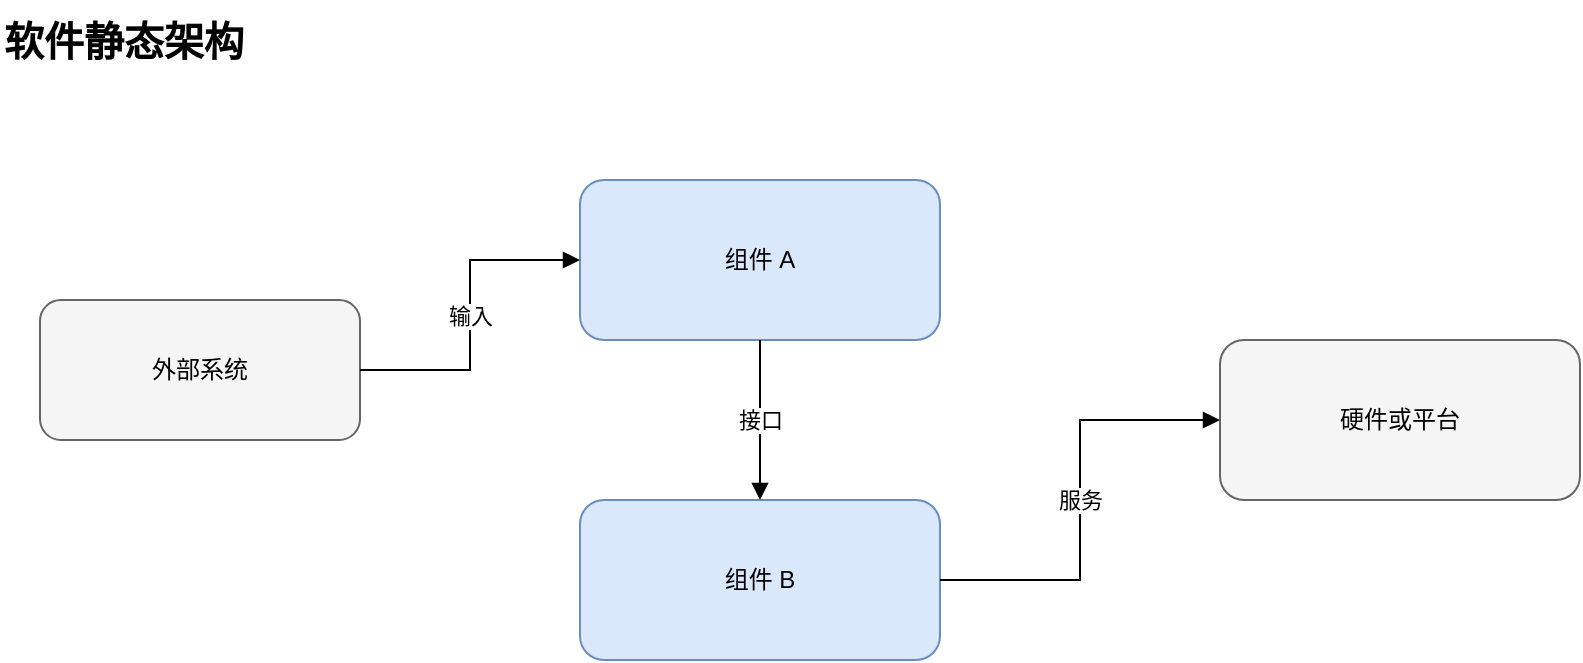
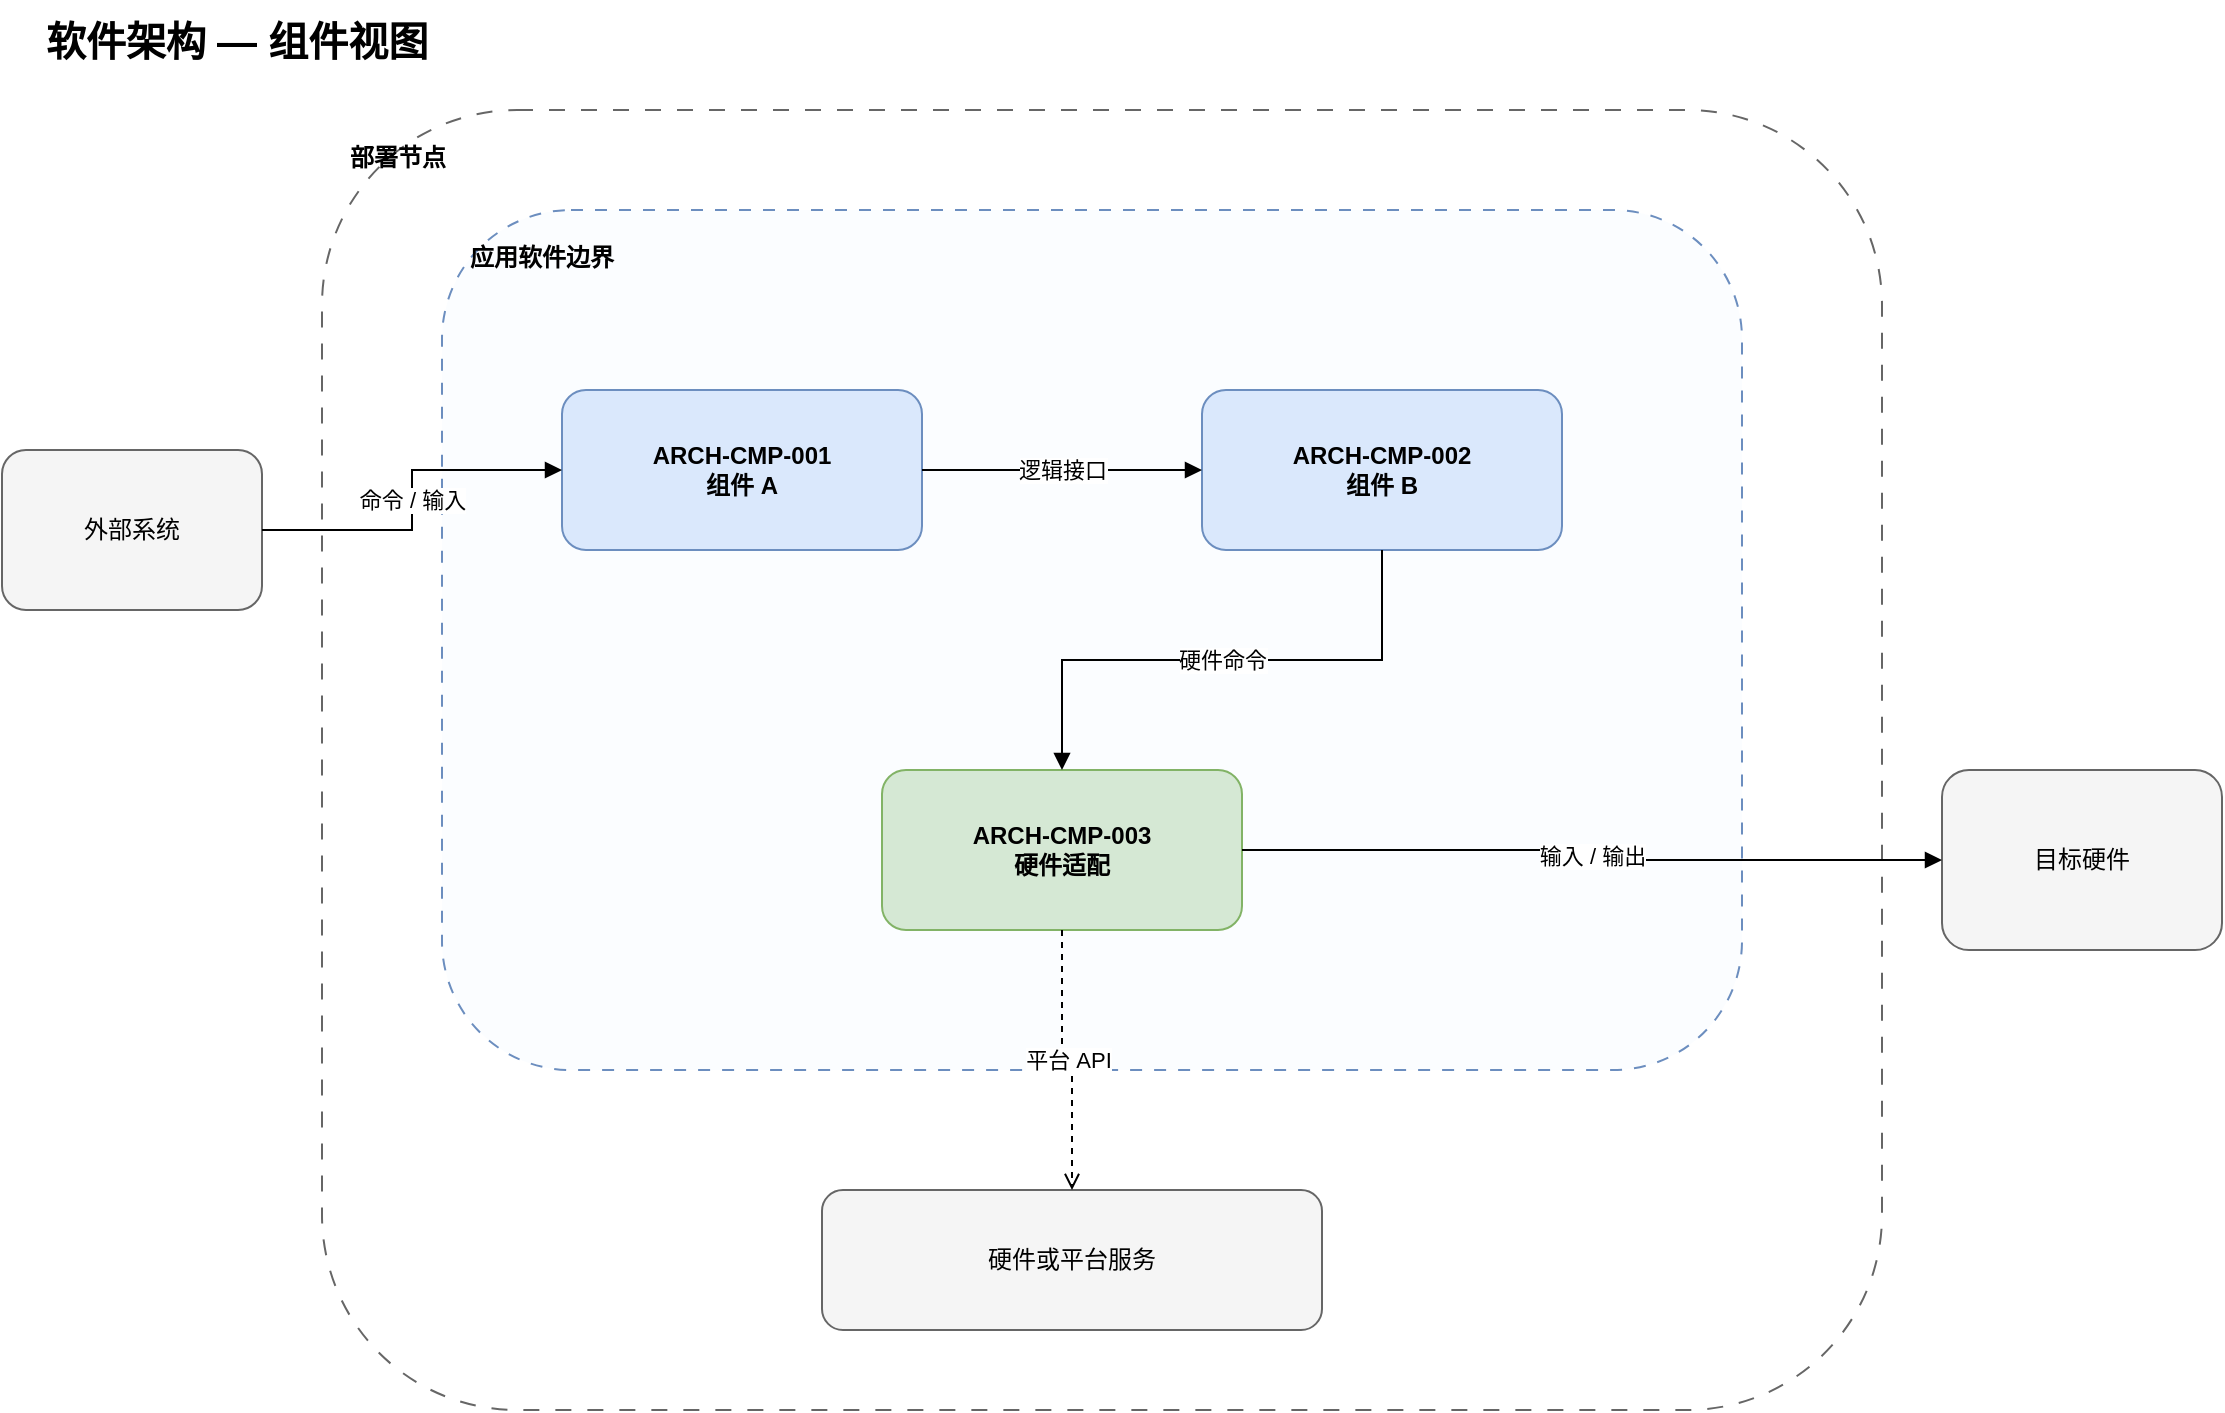
<?xml version="1.0" encoding="UTF-8"?>
<mxfile host="app.diagrams.net" version="24.7.17" type="device">
  <diagram id="static-architecture" name="静态架构">
    <mxGraphModel dx="1200" dy="800" grid="1" gridSize="10" guides="1" tooltips="1" connect="1" arrows="1" fold="1" page="1" pageScale="1" pageWidth="1169" pageHeight="827" math="0" shadow="0">
      <root>
        <mxCell id="0"/>
        <mxCell id="1" parent="0"/>
-         <mxCell id="static-title" value="软件静态架构" style="text;html=1;align=left;verticalAlign=middle;fontSize=20;fontStyle=1;" vertex="1" parent="1">
-           <mxGeometry x="40" y="30" width="260" height="40" as="geometry"/>
-         </mxCell>
-         <mxCell id="external-system" value="外部系统" style="rounded=1;whiteSpace=wrap;html=1;fillColor=#f5f5f5;strokeColor=#666666;" vertex="1" parent="1">
-           <mxGeometry x="60" y="180" width="160" height="70" as="geometry"/>
-         </mxCell>
-         <mxCell id="component-a" value="组件 A" style="rounded=1;whiteSpace=wrap;html=1;fillColor=#dae8fc;strokeColor=#6c8ebf;" vertex="1" parent="1">
-           <mxGeometry x="330" y="120" width="180" height="80" as="geometry"/>
-         </mxCell>
-         <mxCell id="component-b" value="组件 B" style="rounded=1;whiteSpace=wrap;html=1;fillColor=#dae8fc;strokeColor=#6c8ebf;" vertex="1" parent="1">
-           <mxGeometry x="330" y="280" width="180" height="80" as="geometry"/>
-         </mxCell>
-         <mxCell id="platform" value="硬件或平台" style="rounded=1;whiteSpace=wrap;html=1;fillColor=#f5f5f5;strokeColor=#666666;" vertex="1" parent="1">
-           <mxGeometry x="650" y="200" width="180" height="80" as="geometry"/>
-         </mxCell>
-         <mxCell id="static-edge-1" value="输入" style="edgeStyle=orthogonalEdgeStyle;rounded=0;orthogonalLoop=1;jettySize=auto;html=1;endArrow=block;endFill=1;" edge="1" parent="1" source="external-system" target="component-a">
-           <mxGeometry relative="1" as="geometry"/>
-         </mxCell>
-         <mxCell id="static-edge-2" value="接口" style="edgeStyle=orthogonalEdgeStyle;rounded=0;orthogonalLoop=1;jettySize=auto;html=1;endArrow=block;endFill=1;" edge="1" parent="1" source="component-a" target="component-b">
-           <mxGeometry relative="1" as="geometry"/>
-         </mxCell>
-         <mxCell id="static-edge-3" value="服务" style="edgeStyle=orthogonalEdgeStyle;rounded=0;orthogonalLoop=1;jettySize=auto;html=1;endArrow=block;endFill=1;" edge="1" parent="1" source="component-b" target="platform">
-           <mxGeometry relative="1" as="geometry"/>
-         </mxCell>
+         <mxCell id="static-title" value="软件架构 — 组件视图" style="text;html=1;align=left;verticalAlign=middle;fontSize=20;fontStyle=1;" vertex="1" parent="1"><mxGeometry x="40" y="25" width="360" height="40" as="geometry"/></mxCell>
+         <mxCell id="deployment-boundary" value="部署节点" style="rounded=1;whiteSpace=wrap;html=1;dashed=1;dashPattern=8 8;strokeColor=#666666;fillColor=#ffffff;fillOpacity=20;verticalAlign=top;align=left;spacingTop=10;spacingLeft=12;fontStyle=1;container=1;pointerEvents=0;" vertex="1" parent="1"><mxGeometry x="180" y="80" width="780" height="650" as="geometry"/></mxCell>
+         <mxCell id="software-boundary" value="应用软件边界" style="rounded=1;whiteSpace=wrap;html=1;dashed=1;dashPattern=6 6;strokeColor=#6c8ebf;fillColor=#dae8fc;fillOpacity=12;verticalAlign=top;align=left;spacingTop=10;spacingLeft=12;fontStyle=1;container=1;pointerEvents=0;" vertex="1" parent="1"><mxGeometry x="240" y="130" width="650" height="430" as="geometry"/></mxCell>
+         <mxCell id="external-system" value="外部系统" style="rounded=1;whiteSpace=wrap;html=1;fillColor=#f5f5f5;strokeColor=#666666;" vertex="1" parent="1"><mxGeometry x="20" y="250" width="130" height="80" as="geometry"/></mxCell>
+         <mxCell id="component-a" value="ARCH-CMP-001&#xa;组件 A" style="rounded=1;whiteSpace=wrap;html=1;fillColor=#dae8fc;strokeColor=#6c8ebf;fontStyle=1;" vertex="1" parent="1"><mxGeometry x="300" y="220" width="180" height="80" as="geometry"/></mxCell>
+         <mxCell id="component-b" value="ARCH-CMP-002&#xa;组件 B" style="rounded=1;whiteSpace=wrap;html=1;fillColor=#dae8fc;strokeColor=#6c8ebf;fontStyle=1;" vertex="1" parent="1"><mxGeometry x="620" y="220" width="180" height="80" as="geometry"/></mxCell>
+         <mxCell id="board-adapter" value="ARCH-CMP-003&#xa;硬件适配" style="rounded=1;whiteSpace=wrap;html=1;fillColor=#d5e8d4;strokeColor=#82b366;fontStyle=1;" vertex="1" parent="1"><mxGeometry x="460" y="410" width="180" height="80" as="geometry"/></mxCell>
+         <mxCell id="external-hardware" value="目标硬件" style="rounded=1;whiteSpace=wrap;html=1;fillColor=#f5f5f5;strokeColor=#666666;" vertex="1" parent="1"><mxGeometry x="990" y="410" width="140" height="90" as="geometry"/></mxCell>
+         <mxCell id="platform" value="硬件或平台服务" style="rounded=1;whiteSpace=wrap;html=1;fillColor=#f5f5f5;strokeColor=#666666;" vertex="1" parent="1"><mxGeometry x="430" y="620" width="250" height="70" as="geometry"/></mxCell>
+         <mxCell id="static-edge-1" value="命令 / 输入" style="edgeStyle=orthogonalEdgeStyle;rounded=0;orthogonalLoop=1;jettySize=auto;html=1;endArrow=block;endFill=1;" edge="1" parent="1" source="external-system" target="component-a"><mxGeometry relative="1" as="geometry"/></mxCell>
+         <mxCell id="static-edge-2" value="逻辑接口" style="edgeStyle=orthogonalEdgeStyle;rounded=0;orthogonalLoop=1;jettySize=auto;html=1;endArrow=block;endFill=1;" edge="1" parent="1" source="component-a" target="component-b"><mxGeometry relative="1" as="geometry"/></mxCell>
+         <mxCell id="static-edge-3" value="硬件命令" style="edgeStyle=orthogonalEdgeStyle;rounded=0;orthogonalLoop=1;jettySize=auto;html=1;endArrow=block;endFill=1;" edge="1" parent="1" source="component-b" target="board-adapter"><mxGeometry relative="1" as="geometry"/></mxCell>
+         <mxCell id="static-edge-4" value="输入 / 输出" style="edgeStyle=orthogonalEdgeStyle;rounded=0;orthogonalLoop=1;jettySize=auto;html=1;endArrow=block;endFill=1;" edge="1" parent="1" source="board-adapter" target="external-hardware"><mxGeometry relative="1" as="geometry"/></mxCell>
+         <mxCell id="static-edge-5" value="平台 API" style="edgeStyle=orthogonalEdgeStyle;rounded=0;orthogonalLoop=1;jettySize=auto;html=1;dashed=1;endArrow=open;endFill=0;" edge="1" parent="1" source="board-adapter" target="platform"><mxGeometry relative="1" as="geometry"/></mxCell>
      </root>
    </mxGraphModel>
  </diagram>
  <diagram id="dynamic-architecture" name="动态架构">
    <mxGraphModel dx="1200" dy="800" grid="1" gridSize="10" guides="1" tooltips="1" connect="1" arrows="1" fold="1" page="1" pageScale="1" pageWidth="1169" pageHeight="827" math="0" shadow="0">
      <root>
        <mxCell id="0"/>
        <mxCell id="1" parent="0"/>
-         <mxCell id="dynamic-title" value="软件动态架构" style="text;html=1;align=left;verticalAlign=middle;fontSize=20;fontStyle=1;" vertex="1" parent="1">
-           <mxGeometry x="40" y="30" width="260" height="40" as="geometry"/>
-         </mxCell>
-         <mxCell id="trigger" value="触发事件" style="rounded=1;whiteSpace=wrap;html=1;fillColor=#f5f5f5;strokeColor=#666666;" vertex="1" parent="1">
-           <mxGeometry x="60" y="200" width="150" height="70" as="geometry"/>
-         </mxCell>
-         <mxCell id="dynamic-component-a" value="组件 A" style="rounded=1;whiteSpace=wrap;html=1;fillColor=#dae8fc;strokeColor=#6c8ebf;" vertex="1" parent="1">
-           <mxGeometry x="300" y="200" width="170" height="70" as="geometry"/>
-         </mxCell>
-         <mxCell id="dynamic-component-b" value="组件 B" style="rounded=1;whiteSpace=wrap;html=1;fillColor=#dae8fc;strokeColor=#6c8ebf;" vertex="1" parent="1">
-           <mxGeometry x="560" y="200" width="170" height="70" as="geometry"/>
-         </mxCell>
-         <mxCell id="output" value="输出或执行器" style="rounded=1;whiteSpace=wrap;html=1;fillColor=#f5f5f5;strokeColor=#666666;" vertex="1" parent="1">
-           <mxGeometry x="820" y="200" width="170" height="70" as="geometry"/>
-         </mxCell>
-         <mxCell id="dynamic-edge-1" value="1 触发" style="edgeStyle=orthogonalEdgeStyle;rounded=0;orthogonalLoop=1;jettySize=auto;html=1;endArrow=block;endFill=1;" edge="1" parent="1" source="trigger" target="dynamic-component-a">
-           <mxGeometry relative="1" as="geometry"/>
-         </mxCell>
-         <mxCell id="dynamic-edge-2" value="2 处理" style="edgeStyle=orthogonalEdgeStyle;rounded=0;orthogonalLoop=1;jettySize=auto;html=1;endArrow=block;endFill=1;" edge="1" parent="1" source="dynamic-component-a" target="dynamic-component-b">
-           <mxGeometry relative="1" as="geometry"/>
-         </mxCell>
-         <mxCell id="dynamic-edge-3" value="3 输出" style="edgeStyle=orthogonalEdgeStyle;rounded=0;orthogonalLoop=1;jettySize=auto;html=1;endArrow=block;endFill=1;" edge="1" parent="1" source="dynamic-component-b" target="output">
-           <mxGeometry relative="1" as="geometry"/>
-         </mxCell>
+         <mxCell id="dynamic-title" value="软件架构 — 运行时与部署视图" style="text;html=1;align=left;verticalAlign=middle;fontSize=20;fontStyle=1;" vertex="1" parent="1"><mxGeometry x="40" y="25" width="430" height="40" as="geometry"/></mxCell>
+         <mxCell id="runtime-deployment" value="部署节点" style="rounded=1;whiteSpace=wrap;html=1;dashed=1;dashPattern=8 8;strokeColor=#666666;fillColor=#ffffff;fillOpacity=20;verticalAlign=top;align=left;spacingTop=10;spacingLeft=12;fontStyle=1;container=1;pointerEvents=0;" vertex="1" parent="1"><mxGeometry x="50" y="80" width="930" height="660" as="geometry"/></mxCell>
+         <mxCell id="sdk-context" value="SDK / 网络任务上下文" style="rounded=1;whiteSpace=wrap;html=1;fillColor=#f5f5f5;strokeColor=#666666;verticalAlign=top;align=left;spacingTop=10;spacingLeft=12;fontStyle=1;container=1;pointerEvents=0;" vertex="1" parent="1"><mxGeometry x="90" y="140" width="240" height="160" as="geometry"/></mxCell>
+         <mxCell id="sdk-adapter" value="ARCH-CMP-001&#xa;外部服务适配" style="rounded=1;whiteSpace=wrap;html=1;fillColor=#dae8fc;strokeColor=#6c8ebf;fontStyle=1;" vertex="1" parent="1"><mxGeometry x="120" y="195" width="180" height="70" as="geometry"/></mxCell>
+         <mxCell id="command-queue" value="命令队列&#xa;容量待验证" style="shape=cylinder3;whiteSpace=wrap;html=1;boundedLbl=1;backgroundOutline=1;fillColor=#fff2cc;strokeColor=#d6b656;" vertex="1" parent="1"><mxGeometry x="380" y="175" width="150" height="70" as="geometry"/></mxCell>
+         <mxCell id="latest-snapshot" value="最新状态快照&#xa;覆盖旧值" style="shape=cylinder3;whiteSpace=wrap;html=1;boundedLbl=1;backgroundOutline=1;fillColor=#fff2cc;strokeColor=#d6b656;" vertex="1" parent="1"><mxGeometry x="380" y="330" width="150" height="70" as="geometry"/></mxCell>
+         <mxCell id="app-task" value="应用任务上下文 — 单写者 / 顺序执行" style="rounded=1;whiteSpace=wrap;html=1;dashed=1;dashPattern=6 6;strokeColor=#6c8ebf;fillColor=#dae8fc;fillOpacity=12;verticalAlign=top;align=left;spacingTop=10;spacingLeft=12;fontStyle=1;container=1;pointerEvents=0;" vertex="1" parent="1"><mxGeometry x="580" y="130" width="340" height="330" as="geometry"/></mxCell>
+         <mxCell id="runtime-component-a" value="ARCH-CMP-002&#xa;组件 A" style="rounded=1;whiteSpace=wrap;html=1;fillColor=#dae8fc;strokeColor=#6c8ebf;fontStyle=1;" vertex="1" parent="1"><mxGeometry x="620" y="200" width="130" height="70" as="geometry"/></mxCell>
+         <mxCell id="runtime-component-b" value="ARCH-CMP-003&#xa;组件 B" style="rounded=1;whiteSpace=wrap;html=1;fillColor=#dae8fc;strokeColor=#6c8ebf;fontStyle=1;" vertex="1" parent="1"><mxGeometry x="780" y="200" width="110" height="70" as="geometry"/></mxCell>
+         <mxCell id="runtime-board" value="硬件适配&#xa;同步访问" style="rounded=1;whiteSpace=wrap;html=1;fillColor=#d5e8d4;strokeColor=#82b366;" vertex="1" parent="1"><mxGeometry x="650" y="520" width="190" height="75" as="geometry"/></mxCell>
+         <mxCell id="runtime-clock" value="单调时钟&#xa;周期唤醒 / 截止时间" style="rounded=1;whiteSpace=wrap;html=1;fillColor=#f5f5f5;strokeColor=#666666;" vertex="1" parent="1"><mxGeometry x="90" y="380" width="240" height="80" as="geometry"/></mxCell>
+         <mxCell id="runtime-hardware" value="目标硬件" style="rounded=1;whiteSpace=wrap;html=1;fillColor=#f5f5f5;strokeColor=#666666;" vertex="1" parent="1"><mxGeometry x="1010" y="510" width="130" height="90" as="geometry"/></mxCell>
+         <mxCell id="runtime-platform" value="RTOS / SDK / 硬件平台&#xa;资源与容量待测量" style="rounded=1;whiteSpace=wrap;html=1;fillColor=#f5f5f5;strokeColor=#666666;" vertex="1" parent="1"><mxGeometry x="550" y="650" width="330" height="65" as="geometry"/></mxCell>
+         <mxCell id="dynamic-edge-1" value="回调只投递" style="edgeStyle=orthogonalEdgeStyle;rounded=0;orthogonalLoop=1;jettySize=auto;html=1;endArrow=block;endFill=1;" edge="1" parent="1" source="sdk-adapter" target="command-queue"><mxGeometry relative="1" as="geometry"/></mxCell>
+         <mxCell id="dynamic-edge-2" value="异步命令" style="edgeStyle=orthogonalEdgeStyle;rounded=0;orthogonalLoop=1;jettySize=auto;html=1;endArrow=block;endFill=1;" edge="1" parent="1" source="command-queue" target="runtime-component-b"><mxGeometry relative="1" as="geometry"/></mxCell>
+         <mxCell id="dynamic-edge-3" value="顺序调用" style="edgeStyle=orthogonalEdgeStyle;rounded=0;orthogonalLoop=1;jettySize=auto;html=1;endArrow=block;endFill=1;" edge="1" parent="1" source="runtime-component-a" target="runtime-component-b"><mxGeometry relative="1" as="geometry"/></mxCell>
+         <mxCell id="dynamic-edge-4" value="覆盖旧值" style="edgeStyle=orthogonalEdgeStyle;rounded=0;orthogonalLoop=1;jettySize=auto;html=1;endArrow=block;endFill=1;" edge="1" parent="1" source="runtime-component-b" target="latest-snapshot"><mxGeometry relative="1" as="geometry"/></mxCell>
+         <mxCell id="dynamic-edge-5" value="非阻塞读取" style="edgeStyle=orthogonalEdgeStyle;rounded=0;orthogonalLoop=1;jettySize=auto;html=1;endArrow=block;endFill=1;" edge="1" parent="1" source="latest-snapshot" target="sdk-adapter"><mxGeometry relative="1" as="geometry"/></mxCell>
+         <mxCell id="dynamic-edge-6" value="唤醒 / 截止时间" style="edgeStyle=orthogonalEdgeStyle;rounded=0;orthogonalLoop=1;jettySize=auto;html=1;endArrow=block;endFill=1;" edge="1" parent="1" source="runtime-clock" target="runtime-component-a"><mxGeometry relative="1" as="geometry"/></mxCell>
+         <mxCell id="dynamic-edge-7" value="同步硬件命令" style="edgeStyle=orthogonalEdgeStyle;rounded=0;orthogonalLoop=1;jettySize=auto;html=1;endArrow=block;endFill=1;" edge="1" parent="1" source="runtime-component-b" target="runtime-board"><mxGeometry relative="1" as="geometry"/></mxCell>
+         <mxCell id="dynamic-edge-8" value="输入 / 输出" style="edgeStyle=orthogonalEdgeStyle;rounded=0;orthogonalLoop=1;jettySize=auto;html=1;endArrow=block;endFill=1;" edge="1" parent="1" source="runtime-board" target="runtime-hardware"><mxGeometry relative="1" as="geometry"/></mxCell>
+         <mxCell id="dynamic-edge-9" value="平台 API" style="edgeStyle=orthogonalEdgeStyle;rounded=0;orthogonalLoop=1;jettySize=auto;html=1;dashed=1;endArrow=open;endFill=0;" edge="1" parent="1" source="runtime-board" target="runtime-platform"><mxGeometry relative="1" as="geometry"/></mxCell>
      </root>
    </mxGraphModel>
  </diagram>
</mxfile>
